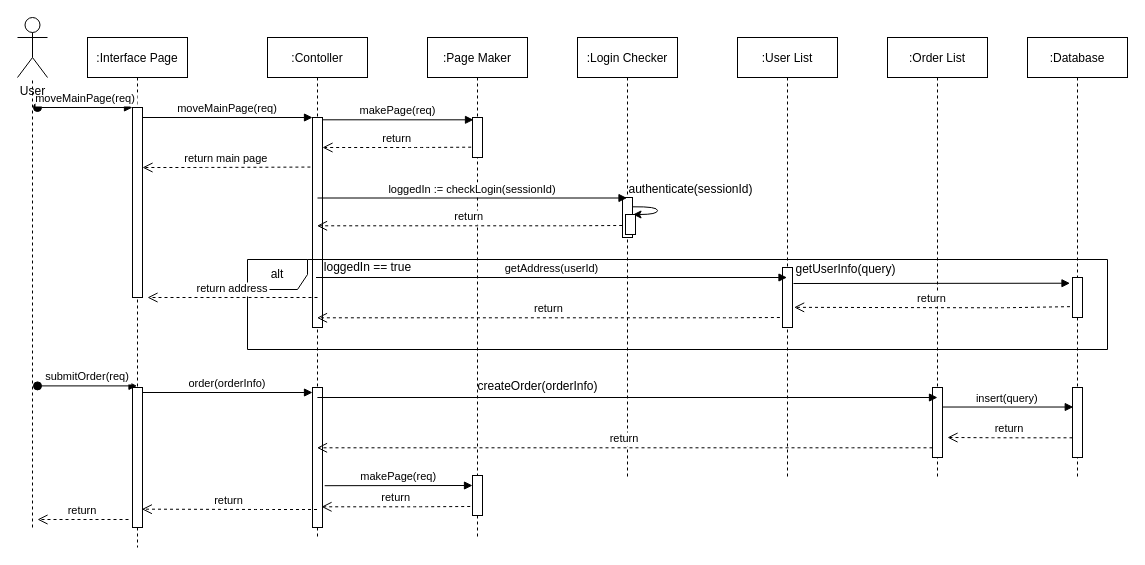
Before: docs/SubgroupA_pizzaorder/A-sequence-diagram/A-UC-5-sequece-diagram.drawio in cau-sw-engineering-2021/online-pizza-ordering-system, a draw.io diagram. Source tidied: cells renumbered, new cells numbered last; positions are measured from the earlier drawing's top-left corner, leaving out a move shared by most shapes. Both pictures are drawn from the tidied source at 100%, with x=0, y=0 at pixel (17, 17).
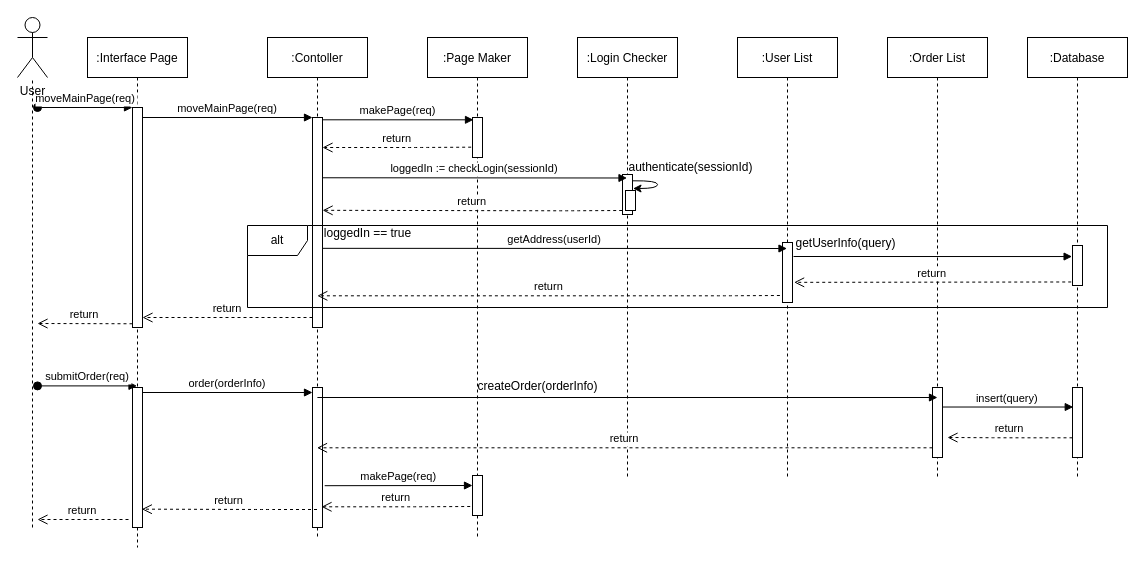
After the change.

The change refers to these unchanged cells:
```xml
<mxCell id="2" value=":Interface Page" style="shape=umlLifeline;perimeter=lifelinePerimeter;rounded=0;shadow=0;strokeWidth=1;" parent="1" vertex="1">
  <mxGeometry x="70" y="20" width="100" height="510" as="geometry" />
</mxCell>
<mxCell id="6" value=":Contoller" style="shape=umlLifeline;perimeter=lifelinePerimeter;rounded=0;shadow=0;strokeWidth=1;" parent="1" vertex="1">
  <mxGeometry x="250" y="20" width="100" height="500" as="geometry" />
</mxCell>
<mxCell id="7" style="points=[];perimeter=orthogonalPerimeter;rounded=0;shadow=0;strokeWidth=1;" parent="6" vertex="1">
  <mxGeometry x="45" y="80" width="10" height="210" as="geometry" />
</mxCell>
<mxCell id="16" value=":Login Checker" style="shape=umlLifeline;perimeter=lifelinePerimeter;rounded=0;shadow=0;strokeWidth=1;" parent="1" vertex="1">
  <mxGeometry x="560" y="20" width="100" height="440" as="geometry" />
</mxCell>
<mxCell id="21" value=":User List" style="shape=umlLifeline;perimeter=lifelinePerimeter;rounded=0;shadow=0;strokeWidth=1;" parent="1" vertex="1">
  <mxGeometry x="720" y="20" width="100" height="440" as="geometry" />
</mxCell>
<mxCell id="41" value=":Database" style="shape=umlLifeline;perimeter=lifelinePerimeter;rounded=0;shadow=0;strokeWidth=1;" parent="1" vertex="1">
  <mxGeometry x="1010" y="20" width="100" height="440" as="geometry" />
</mxCell>
```

Diff of the diagram source:
```diff
@@
     <mxCell id="3" style="points=[];perimeter=orthogonalPerimeter;rounded=0;shadow=0;strokeWidth=1;" parent="2" vertex="1">
-      <mxGeometry x="45" y="70" width="10" height="190" as="geometry" />
+      <mxGeometry x="45" y="70" width="10" height="220" as="geometry" />
     </mxCell>
@@
-    <mxCell id="9" value="return main page" style="verticalAlign=bottom;endArrow=open;dashed=1;endSize=8;exitX=-0.21;exitY=0.236;shadow=0;strokeWidth=1;exitDx=0;exitDy=0;exitPerimeter=0;" parent="1" edge="1" source="7" target="3">
-      <mxGeometry relative="1" as="geometry">
-        <Array as="points">
-          <mxPoint x="180" y="150" />
-        </Array>
-      </mxGeometry>
-    </mxCell>
@@
     <mxCell id="17" style="perimeter=orthogonalPerimeter;rounded=0;shadow=0;strokeWidth=1;" parent="16" vertex="1">
-      <mxGeometry x="45" y="160" width="10" height="40" as="geometry" />
+      <mxGeometry x="45" y="137" width="10" height="40" as="geometry" />
     </mxCell>
-    <mxCell id="18" value="loggedIn := checkLogin(sessionId)" style="verticalAlign=bottom;endArrow=block;shadow=0;strokeWidth=1;exitX=1.029;exitY=0.071;exitDx=0;exitDy=0;exitPerimeter=0;" parent="1" edge="1" target="16">
+    <mxCell id="18" value="loggedIn := checkLogin(sessionId)" style="verticalAlign=bottom;endArrow=block;shadow=0;strokeWidth=1;exitX=1.004;exitY=0.287;exitDx=0;exitDy=0;exitPerimeter=0;" parent="1" edge="1" source="7">
       <mxGeometry relative="1" as="geometry">
-        <mxPoint x="300" y="180.5" as="sourcePoint" />
+        <mxPoint x="609.5" y="160.5" as="targetPoint" />
       </mxGeometry>
     </mxCell>
     <mxCell id="19" value="authenticate(sessionId)" style="text;html=1;align=center;verticalAlign=middle;strokeColor=none;" parent="1" vertex="1">
-      <mxGeometry x="603" y="162" width="140" height="20" as="geometry" />
+      <mxGeometry x="603" y="140" width="140" height="20" as="geometry" />
     </mxCell>
-    <mxCell id="20" value="return" style="verticalAlign=bottom;endArrow=open;dashed=1;endSize=8;shadow=0;strokeWidth=1;exitX=-0.133;exitY=0.742;exitDx=0;exitDy=0;exitPerimeter=0;" parent="1" edge="1" target="6">
+    <mxCell id="20" value="return" style="verticalAlign=bottom;endArrow=open;dashed=1;endSize=8;shadow=0;strokeWidth=1;exitX=-0.133;exitY=0.742;exitDx=0;exitDy=0;exitPerimeter=0;entryX=1.011;entryY=0.442;entryDx=0;entryDy=0;entryPerimeter=0;" parent="1" edge="1" target="7">
       <mxGeometry relative="1" as="geometry">
-        <mxPoint x="604.7" y="208" as="sourcePoint" />
+        <mxPoint x="604.7" y="193" as="sourcePoint" />
         <Array as="points">
-          <mxPoint x="551" y="208.3" />
+          <mxPoint x="551" y="193.3" />
         </Array>
       </mxGeometry>
     </mxCell>
@@
     <mxCell id="22" style="points=[];perimeter=orthogonalPerimeter;rounded=0;shadow=0;strokeWidth=1;" parent="21" vertex="1">
-      <mxGeometry x="45" y="230" width="10" height="60" as="geometry" />
+      <mxGeometry x="45" y="205" width="10" height="60" as="geometry" />
     </mxCell>
     <mxCell id="23" value="alt" style="shape=umlFrame;whiteSpace=wrap;html=1;" parent="1" vertex="1">
-      <mxGeometry x="230" y="242" width="860" height="90" as="geometry" />
+      <mxGeometry x="230" y="208" width="860" height="82" as="geometry" />
     </mxCell>
-    <mxCell id="24" value="getAddress(userId)" style="verticalAlign=bottom;endArrow=block;shadow=0;strokeWidth=1;exitX=1.029;exitY=0.071;exitDx=0;exitDy=0;exitPerimeter=0;" parent="1" edge="1" target="21">
+    <mxCell id="24" value="getAddress(userId)" style="verticalAlign=bottom;endArrow=block;shadow=0;strokeWidth=1;exitX=1.011;exitY=0.623;exitDx=0;exitDy=0;exitPerimeter=0;" parent="1" edge="1" source="7">
       <mxGeometry relative="1" as="geometry">
-        <mxPoint x="298.5" y="260" as="sourcePoint" />
+        <mxPoint x="769.5" y="231" as="targetPoint" />
       </mxGeometry>
     </mxCell>
-    <mxCell id="25" value="return" style="verticalAlign=bottom;endArrow=open;dashed=1;endSize=8;shadow=0;strokeWidth=1;exitX=-0.133;exitY=0.742;exitDx=0;exitDy=0;exitPerimeter=0;" parent="1" edge="1" target="6">
+    <mxCell id="25" value="return" style="verticalAlign=bottom;endArrow=open;dashed=1;endSize=8;shadow=0;strokeWidth=1;exitX=-0.133;exitY=0.742;exitDx=0;exitDy=0;exitPerimeter=0;" parent="1" edge="1">
       <mxGeometry relative="1" as="geometry">
-        <mxPoint x="762.4" y="300" as="sourcePoint" />
+        <mxPoint x="762.4" y="278" as="sourcePoint" />
+        <mxPoint x="299.8" y="278.3" as="targetPoint" />
         <Array as="points">
-          <mxPoint x="708.8" y="300.3" />
+          <mxPoint x="708.8" y="278.3" />
         </Array>
       </mxGeometry>
     </mxCell>
-    <mxCell id="26" style="curved=1;endArrow=classic;html=1;exitX=1.033;exitY=0.083;exitDx=0;exitDy=0;exitPerimeter=0;entryX=0.75;entryY=0;entryDx=0;entryDy=0;" parent="1" edge="1" target="40">
+    <mxCell id="26" style="curved=1;endArrow=classic;html=1;exitX=1.033;exitY=0.083;exitDx=0;exitDy=0;exitPerimeter=0;entryX=0.75;entryY=0;entryDx=0;entryDy=0;" parent="1" edge="1">
       <mxGeometry relative="1" as="geometry">
-        <mxPoint x="615.4" y="189.3" as="sourcePoint" />
+        <mxPoint x="615.4" y="163.3" as="sourcePoint" />
+        <mxPoint x="615.5" y="171" as="targetPoint" />
         <Array as="points">
-          <mxPoint x="640.1" y="189" />
-          <mxPoint x="640" y="197" />
+          <mxPoint x="640.1" y="163" />
+          <mxPoint x="640" y="171" />
         </Array>
       </mxGeometry>
     </mxCell>
     <mxCell id="27" value="getUserInfo(query)" style="text;html=1;align=center;verticalAlign=middle;strokeColor=none;" parent="1" vertex="1">
-      <mxGeometry x="768" y="242" width="120" height="20" as="geometry" />
+      <mxGeometry x="768" y="216" width="120" height="20" as="geometry" />
     </mxCell>
     <mxCell id="28" value="loggedIn == true" style="text;html=1;align=center;verticalAlign=middle;strokeColor=none;" parent="1" vertex="1">
-      <mxGeometry x="300" y="240" width="100" height="20" as="geometry" />
+      <mxGeometry x="300" y="206" width="100" height="20" as="geometry" />
     </mxCell>
-    <mxCell id="29" value="return address" style="verticalAlign=bottom;endArrow=open;dashed=1;endSize=8;exitX=0;exitY=0.95;shadow=0;strokeWidth=1;" parent="1" edge="1">
+    <mxCell id="29" value="return" style="verticalAlign=bottom;endArrow=open;dashed=1;endSize=8;exitX=0;exitY=0.95;shadow=0;strokeWidth=1;" parent="1" edge="1">
       <mxGeometry relative="1" as="geometry">
-        <mxPoint x="300" y="280" as="sourcePoint" />
-        <mxPoint x="130" y="280" as="targetPoint" />
+        <mxPoint x="295" y="300" as="sourcePoint" />
+        <mxPoint x="125" y="300" as="targetPoint" />
       </mxGeometry>
     </mxCell>
@@
     <mxCell id="40" style="rounded=0;whiteSpace=wrap;html=1;" parent="1" vertex="1">
-      <mxGeometry x="608" y="197" width="10" height="20" as="geometry" />
+      <mxGeometry x="608" y="173" width="10" height="20" as="geometry" />
     </mxCell>
@@
     <mxCell id="43" style="points=[];perimeter=orthogonalPerimeter;rounded=0;shadow=0;strokeWidth=1;" parent="41" vertex="1">
-      <mxGeometry x="45" y="240" width="10" height="40" as="geometry" />
+      <mxGeometry x="45" y="208" width="10" height="40" as="geometry" />
     </mxCell>
@@
-    <mxCell id="49" style="verticalAlign=bottom;endArrow=block;shadow=0;strokeWidth=1;entryX=-0.252;entryY=0.143;entryDx=0;entryDy=0;entryPerimeter=0;" parent="1" edge="1" target="43">
+    <mxCell id="49" style="verticalAlign=bottom;endArrow=block;shadow=0;strokeWidth=1;entryX=-0.041;entryY=0.276;entryDx=0;entryDy=0;entryPerimeter=0;" parent="1" edge="1" target="43">
       <mxGeometry relative="1" as="geometry">
-        <mxPoint x="776" y="266" as="sourcePoint" />
+        <mxPoint x="776" y="239" as="sourcePoint" />
       </mxGeometry>
     </mxCell>
-    <mxCell id="50" value="return" style="verticalAlign=bottom;endArrow=open;dashed=1;endSize=8;shadow=0;strokeWidth=1;entryX=1.162;entryY=0.664;entryDx=0;entryDy=0;entryPerimeter=0;exitX=-0.252;exitY=0.729;exitDx=0;exitDy=0;exitPerimeter=0;" parent="1" edge="1" source="43" target="22">
-      <mxGeometry relative="1" as="geometry">
-        <Array as="points">
-          <mxPoint x="985" y="290.3" />
-        </Array>
-      </mxGeometry>
+    <mxCell id="50" value="return" style="verticalAlign=bottom;endArrow=open;dashed=1;endSize=8;shadow=0;strokeWidth=1;entryX=1.162;entryY=0.664;entryDx=0;entryDy=0;entryPerimeter=0;exitX=-0.128;exitY=0.912;exitDx=0;exitDy=0;exitPerimeter=0;" parent="1" edge="1" source="43" target="22">
+      <mxGeometry relative="1" as="geometry" />
     </mxCell>
+    <mxCell id="51" value="return" style="verticalAlign=bottom;endArrow=open;dashed=1;endSize=8;shadow=0;strokeWidth=1;exitX=0;exitY=0.983;exitDx=0;exitDy=0;exitPerimeter=0;" parent="1" edge="1" source="3">
+      <mxGeometry relative="1" as="geometry">
+        <mxPoint x="20" y="306" as="targetPoint" />
+      </mxGeometry>
+    </mxCell>
```
